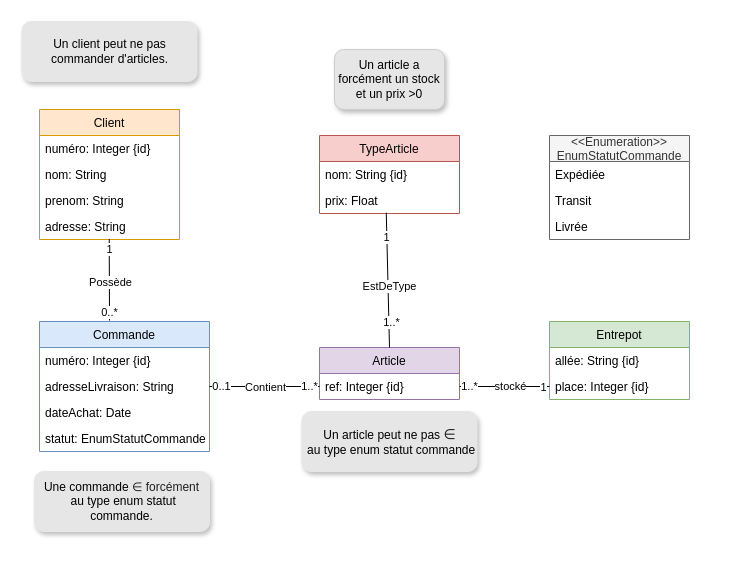
The draw.io diagram Projet.drawio in riad73/INF403, before the edit. Source tidied: cells renumbered, new cells numbered last; positions are measured from the earlier drawing's top-left corner, leaving out a move shared by most shapes. Both pictures are drawn from the tidied source at 100%, with x=0, y=0 at pixel (21, 21).
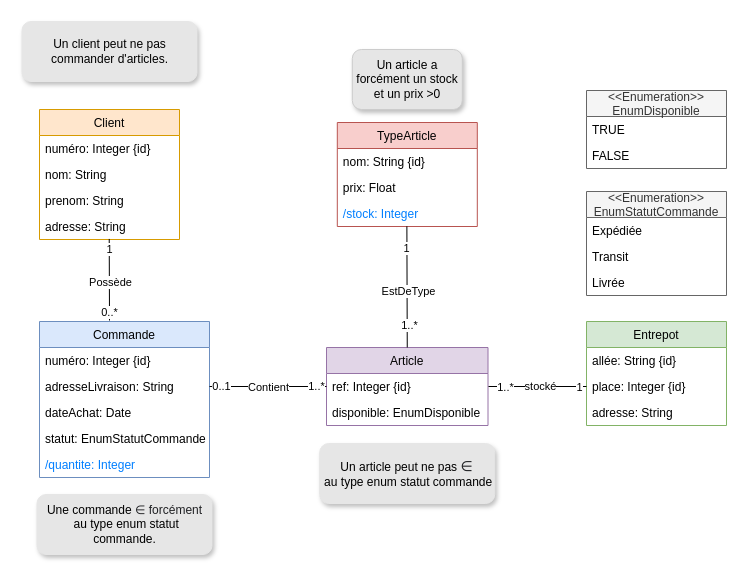
Above is the later version.

The change refers to these unchanged cells:
```xml
<mxCell id="11" value="place: Integer {id}" style="text;strokeColor=none;fillColor=none;align=left;verticalAlign=top;spacingLeft=4;spacingRight=4;overflow=hidden;points=[[0,0.5],[1,0.5]];portConstraint=eastwest;" parent="9" vertex="1">
  <mxGeometry y="52" width="140" height="26" as="geometry" />
</mxCell>
<mxCell id="31" value="prix: Float" style="text;strokeColor=none;fillColor=none;align=left;verticalAlign=top;spacingLeft=4;spacingRight=4;overflow=hidden;points=[[0,0.5],[1,0.5]];portConstraint=eastwest;" parent="29" vertex="1">
  <mxGeometry y="52" width="140" height="26" as="geometry" />
</mxCell>
```

The edit, as a diff of the source:
```diff
@@
     <mxCell id="7" value="Article" style="swimlane;fontStyle=0;horizontal=1;startSize=26;fillColor=#e1d5e7;strokeColor=#9673a6;" parent="1" vertex="1">
-      <mxGeometry x="298" y="326" width="140" height="52" as="geometry" />
+      <mxGeometry x="305" y="326" width="161.5" height="78" as="geometry" />
     </mxCell>
     <mxCell id="8" value="ref: Integer {id}" style="text;strokeColor=none;fillColor=none;align=left;verticalAlign=top;spacingLeft=4;spacingRight=4;overflow=hidden;" parent="7" vertex="1">
-      <mxGeometry y="26" width="140" height="26" as="geometry" />
+      <mxGeometry y="26" width="161.5" height="26" as="geometry" />
     </mxCell>
+    <mxCell id="44" value="disponible: EnumDisponible" style="text;strokeColor=none;fillColor=none;align=left;verticalAlign=top;spacingLeft=4;spacingRight=4;overflow=hidden;" parent="7" vertex="1">
+      <mxGeometry y="52" width="161.5" height="26" as="geometry" />
+    </mxCell>
     <mxCell id="9" value="Entrepot" style="swimlane;fontStyle=0;horizontal=1;startSize=26;fillColor=#d5e8d4;strokeColor=#82b366;" parent="1" vertex="1">
-      <mxGeometry x="528" y="300" width="140" height="78" as="geometry" />
+      <mxGeometry x="565" y="300" width="140" height="104" as="geometry" />
     </mxCell>
@@
+    <mxCell id="45" value="adresse: String" style="text;strokeColor=none;fillColor=none;align=left;verticalAlign=top;spacingLeft=4;spacingRight=4;overflow=hidden;" parent="9" vertex="1">
+      <mxGeometry y="78" width="140" height="26" as="geometry" />
+    </mxCell>
     <mxCell id="12" value="Commande" style="swimlane;fontStyle=0;horizontal=1;startSize=26;fillColor=#dae8fc;strokeColor=#6c8ebf;" parent="1" vertex="1">
-      <mxGeometry x="18" y="300" width="170" height="130" as="geometry" />
+      <mxGeometry x="18" y="300" width="170" height="156" as="geometry" />
     </mxCell>
@@
+    <mxCell id="46" value="/quantite: Integer" style="text;strokeColor=none;fillColor=none;align=left;verticalAlign=top;spacingLeft=4;spacingRight=4;overflow=hidden;fontColor=#007FFF;" parent="12" vertex="1">
+      <mxGeometry y="130" width="170" height="26" as="geometry" />
+    </mxCell>
-    <mxCell id="17" style="endArrow=none;html=1;exitX=1;exitY=0.5;exitDx=0;exitDy=0;entryX=0;entryY=0.5;entryDx=0;entryDy=0;" parent="1" edge="1">
+    <mxCell id="17" style="endArrow=none;html=1;exitX=1;exitY=0.5;exitDx=0;exitDy=0;entryX=0;entryY=0.5;entryDx=0;entryDy=0;" parent="1" edge="1" target="7">
       <mxGeometry relative="1" as="geometry">
         <mxPoint x="188" y="365" as="sourcePoint" />
-        <mxPoint x="298" y="365" as="targetPoint" />
       </mxGeometry>
     </mxCell>
@@
-    <mxCell id="21" style="endArrow=none;html=1;exitX=1;exitY=0.5;exitDx=0;exitDy=0;" parent="1" edge="1" target="11">
+    <mxCell id="21" style="endArrow=none;html=1;" parent="1" edge="1" target="11">
       <mxGeometry relative="1" as="geometry">
-        <mxPoint x="438" y="365" as="sourcePoint" />
+        <mxPoint x="467" y="365" as="sourcePoint" />
       </mxGeometry>
     </mxCell>
     <mxCell id="22" value="stocké" style="edgeLabel;html=1;align=center;verticalAlign=middle;" parent="21" vertex="1">
       <mxGeometry x="-0.18" relative="1" as="geometry">
-        <mxPoint x="13" y="-1" as="offset" />
+        <mxPoint x="11" y="-1" as="offset" />
       </mxGeometry>
     </mxCell>
@@
     <mxCell id="24" value="1..*" style="edgeLabel;html=1;align=center;verticalAlign=middle;" parent="21" vertex="1">
       <mxGeometry x="-0.88" y="1" relative="1" as="geometry">
-        <mxPoint x="4.7" as="offset" />
+        <mxPoint x="10" y="1" as="offset" />
       </mxGeometry>
     </mxCell>
     <mxCell id="25" value="&lt;&lt;Enumeration&gt;&gt;&#10;EnumStatutCommande" style="swimlane;fontStyle=0;horizontal=1;startSize=26;fillColor=#f5f5f5;strokeColor=#666666;fontColor=#333333;" parent="1" vertex="1">
-      <mxGeometry x="528" y="114" width="140" height="104" as="geometry" />
+      <mxGeometry x="565" y="170" width="140" height="104" as="geometry" />
     </mxCell>
@@
     <mxCell id="29" value="TypeArticle" style="swimlane;fontStyle=0;horizontal=1;startSize=26;fillColor=#f8cecc;strokeColor=#b85450;" parent="1" vertex="1">
-      <mxGeometry x="298" y="114" width="140" height="78" as="geometry" />
+      <mxGeometry x="315.8" y="101" width="140" height="104" as="geometry" />
     </mxCell>
@@
+    <mxCell id="47" value="/stock: Integer" style="text;strokeColor=none;fillColor=none;align=left;verticalAlign=top;spacingLeft=4;spacingRight=4;overflow=hidden;points=[[0,0.5],[1,0.5]];portConstraint=eastwest;fontColor=#007FFF;" parent="29" vertex="1">
+      <mxGeometry y="78" width="140" height="26" as="geometry" />
+    </mxCell>
-    <mxCell id="32" style="endArrow=none;html=1;exitX=0.5;exitY=0;exitDx=0;exitDy=0;entryX=0.477;entryY=0.969;entryDx=0;entryDy=0;entryPerimeter=0;" parent="1" edge="1" source="7" target="31">
+    <mxCell id="32" style="endArrow=none;html=1;exitX=0.5;exitY=0;exitDx=0;exitDy=0;entryX=0.497;entryY=0.992;entryDx=0;entryDy=0;entryPerimeter=0;" parent="1" edge="1" source="7" target="47">
       <mxGeometry relative="1" as="geometry" />
     </mxCell>
@@
     <mxCell id="40" value="Une commande&amp;nbsp;&lt;span style=&quot;color: rgb(32 , 33 , 36) ; font-family: &amp;#34;arial&amp;#34; , sans-serif ; text-align: left&quot;&gt;∈ &lt;font style=&quot;font-size: 12px&quot;&gt;forcément&lt;/font&gt;&lt;/span&gt;&lt;br&gt;&amp;nbsp;au type enum statut commande." style="shape=ext;rounded=1;html=1;whiteSpace=wrap;fillColor=#E6E6E6;shadow=1;strokeColor=#E6E6E6;" parent="1" vertex="1">
-      <mxGeometry x="13" y="450" width="175" height="60" as="geometry" />
+      <mxGeometry x="15.5" y="473" width="175" height="60" as="geometry" />
     </mxCell>
     <mxCell id="41" value="Un article a forcément un stock et un prix &amp;gt;0" style="shape=ext;rounded=1;html=1;whiteSpace=wrap;fillColor=#E6E6E6;shadow=1;strokeColor=#CCCCCC;" parent="1" vertex="1">
-      <mxGeometry x="313" y="28" width="110" height="60" as="geometry" />
+      <mxGeometry x="330.8" y="28" width="110" height="60" as="geometry" />
     </mxCell>
     <mxCell id="42" value="Un article peut ne pas&amp;nbsp;&lt;span style=&quot;color: rgb(32 , 33 , 36) ; font-family: &amp;#34;arial&amp;#34; , sans-serif ; font-size: 14px ; text-align: left&quot;&gt;∈&lt;/span&gt;&lt;br&gt;&amp;nbsp;au type enum statut commande" style="shape=ext;rounded=1;html=1;whiteSpace=wrap;fillColor=#E6E6E6;shadow=1;strokeColor=#E6E6E6;" parent="1" vertex="1">
-      <mxGeometry x="280.5" y="390" width="175" height="60" as="geometry" />
+      <mxGeometry x="298.2" y="422" width="175" height="60" as="geometry" />
     </mxCell>
@@
+    <mxCell id="48" value="&lt;&lt;Enumeration&gt;&gt;&#10;EnumDisponible" style="swimlane;fontStyle=0;horizontal=1;startSize=26;fillColor=#f5f5f5;strokeColor=#666666;fontColor=#333333;" parent="1" vertex="1">
+      <mxGeometry x="565" y="69" width="140" height="78" as="geometry" />
+    </mxCell>
+    <mxCell id="49" value="TRUE" style="text;strokeColor=none;fillColor=none;align=left;verticalAlign=top;spacingLeft=4;spacingRight=4;overflow=hidden;" parent="48" vertex="1">
+      <mxGeometry y="26" width="140" height="26" as="geometry" />
+    </mxCell>
+    <mxCell id="50" value="FALSE" style="text;strokeColor=none;fillColor=none;align=left;verticalAlign=top;spacingLeft=4;spacingRight=4;overflow=hidden;" parent="48" vertex="1">
+      <mxGeometry y="52" width="140" height="26" as="geometry" />
+    </mxCell>
```
